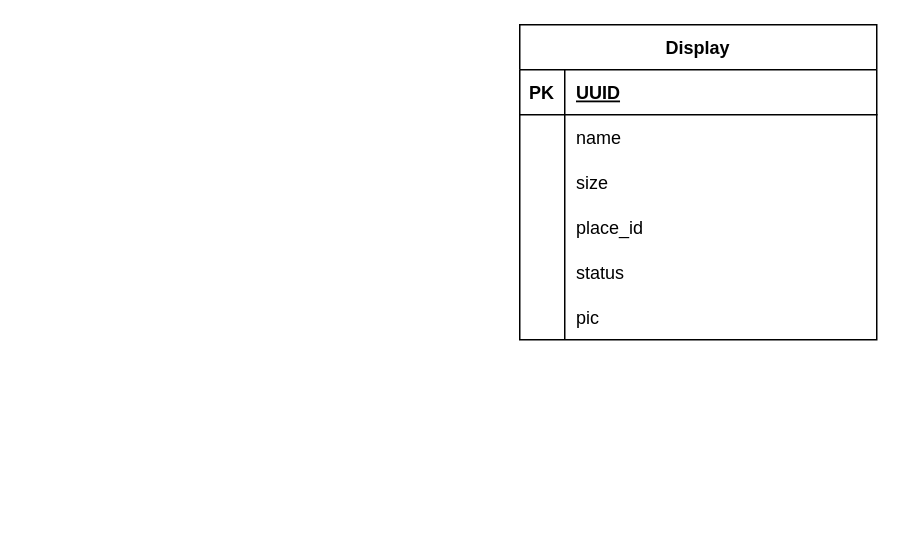
This is display_er_model.drawio from monosparta/borrow_meetingroom_display, a draw.io file, before an edit. Source tidied: cells renumbered, new cells numbered last; positions are measured from the earlier drawing's top-left corner, leaving out a move shared by most shapes. Both pictures are drawn from the tidied source at 150%, with x=0, y=0 at pixel (519, 24).
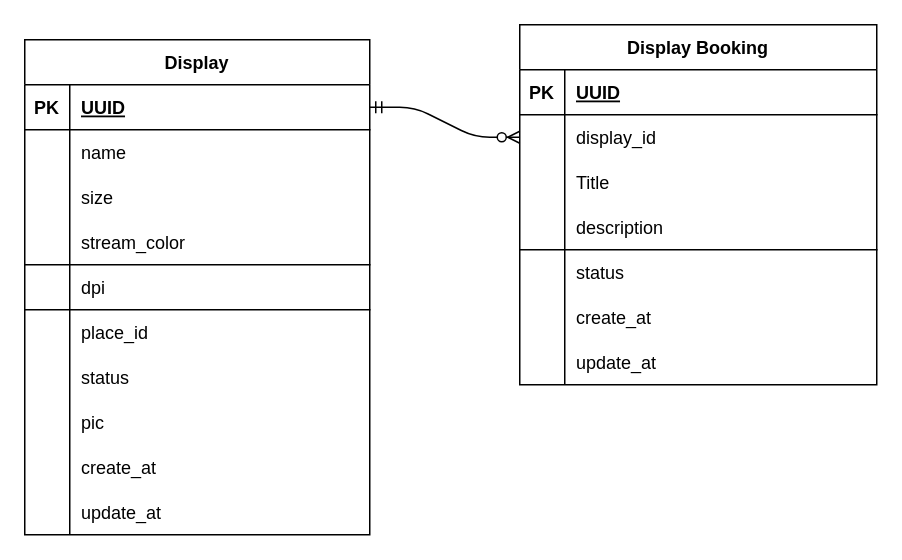
After the change.

Commit message (it also covers changes not shown here):
fix: 調整er_model與調整分支

Unchanged cells that the change refers to:
```xml
<mxCell id="6" style="shape=tableRow;horizontal=0;startSize=0;swimlaneHead=0;swimlaneBody=0;fillColor=none;points=[[0,0.5],[1,0.5]];portConstraint=eastwest;top=0;left=0;right=0;bottom=0;fontColor=default;" parent="2" vertex="1">
  <mxGeometry y="60" width="238" height="30" as="geometry" />
</mxCell>
<mxCell id="9" style="shape=tableRow;horizontal=0;startSize=0;swimlaneHead=0;swimlaneBody=0;fillColor=none;top=0;left=0;right=0;bottom=0;fontColor=default;" parent="2" vertex="1">
  <mxGeometry y="90" width="238" height="30" as="geometry" />
</mxCell>
```

The edit, as a diff of the source:
```diff
@@
-    <mxCell id="2" value="Display" style="shape=table;startSize=30;childLayout=tableLayout;rowLines=0;fontStyle=1;align=center;fontColor=default;" parent="1" vertex="1">
-      <mxGeometry width="238" height="210" as="geometry" />
+    <mxCell id="2" value="Display Booking" style="shape=table;startSize=30;childLayout=tableLayout;rowLines=0;fontStyle=1;align=center;fontColor=default;" parent="1" vertex="1">
+      <mxGeometry width="238" height="240" as="geometry" />
     </mxCell>
@@
-    <mxCell id="8" value="name" style="shape=partialRectangle;fillColor=none;top=0;left=0;bottom=0;right=0;align=left;spacingLeft=6;overflow=hidden;fontColor=default;fontStyle=0;" parent="6" vertex="1">
+    <mxCell id="8" value="display_id" style="shape=partialRectangle;fillColor=none;top=0;left=0;bottom=0;right=0;align=left;spacingLeft=6;overflow=hidden;fontColor=default;fontStyle=0;" parent="6" vertex="1">
       <mxGeometry x="30" width="208" height="30" as="geometry" />
     </mxCell>
@@
-    <mxCell id="11" value="size" style="shape=partialRectangle;fillColor=none;top=0;left=0;bottom=0;right=0;align=left;spacingLeft=6;overflow=hidden;fontColor=default;" parent="9" vertex="1">
+    <mxCell id="11" value="Title" style="shape=partialRectangle;fillColor=none;top=0;left=0;bottom=0;right=0;align=left;spacingLeft=6;overflow=hidden;fontColor=default;" parent="9" vertex="1">
       <mxGeometry x="30" width="208" height="30" as="geometry" />
     </mxCell>
+    <mxCell id="21" style="shape=tableRow;horizontal=0;startSize=0;swimlaneHead=0;swimlaneBody=0;fillColor=none;top=0;left=0;right=0;bottom=1;fontColor=default;" parent="2" vertex="1">
+      <mxGeometry y="120" width="238" height="30" as="geometry" />
+    </mxCell>
+    <mxCell id="22" style="shape=partialRectangle;fillColor=none;top=0;left=0;bottom=0;right=0;fontStyle=1;overflow=hidden;fontColor=default;" parent="21" vertex="1">
+      <mxGeometry width="30" height="30" as="geometry" />
+    </mxCell>
+    <mxCell id="23" value="description" style="shape=partialRectangle;fillColor=none;top=0;left=0;bottom=0;right=0;align=left;spacingLeft=6;fontStyle=0;overflow=hidden;fontColor=default;" parent="21" vertex="1">
+      <mxGeometry x="30" width="208" height="30" as="geometry" />
+    </mxCell>
     <mxCell id="12" style="shape=tableRow;horizontal=0;startSize=0;swimlaneHead=0;swimlaneBody=0;fillColor=none;top=0;left=0;right=0;bottom=0;fontColor=default;" parent="2" vertex="1">
-      <mxGeometry y="120" width="238" height="30" as="geometry" />
+      <mxGeometry y="150" width="238" height="30" as="geometry" />
     </mxCell>
@@
-    <mxCell id="14" value="place_id" style="shape=partialRectangle;fillColor=none;top=0;left=0;bottom=0;right=0;align=left;spacingLeft=6;overflow=hidden;fontColor=default;" parent="12" vertex="1">
+    <mxCell id="14" value="status" style="shape=partialRectangle;fillColor=none;top=0;left=0;bottom=0;right=0;align=left;spacingLeft=6;overflow=hidden;fontColor=default;" parent="12" vertex="1">
       <mxGeometry x="30" width="208" height="30" as="geometry" />
     </mxCell>
-    <mxCell id="15" style="shape=tableRow;horizontal=0;startSize=0;swimlaneHead=0;swimlaneBody=0;fillColor=none;top=0;left=0;right=0;bottom=0;fontColor=default;" parent="2" vertex="1">
-      <mxGeometry y="150" width="238" height="30" as="geometry" />
-    </mxCell>
-    <mxCell id="16" style="shape=partialRectangle;fillColor=none;top=0;left=0;bottom=0;right=0;overflow=hidden;fontColor=default;" parent="15" vertex="1">
-      <mxGeometry width="30" height="30" as="geometry" />
-    </mxCell>
+    <mxCell id="18" style="shape=tableRow;horizontal=0;startSize=0;swimlaneHead=0;swimlaneBody=0;fillColor=none;top=0;left=0;right=0;bottom=0;fontColor=default;" parent="2" vertex="1">
+      <mxGeometry y="180" width="238" height="30" as="geometry" />
+    </mxCell>
+    <mxCell id="24" style="shape=partialRectangle;fillColor=none;top=0;left=0;bottom=0;right=0;overflow=hidden;fontColor=default;" parent="18" vertex="1">
+      <mxGeometry width="30" height="30" as="geometry" />
+    </mxCell>
+    <mxCell id="25" value="create_at" style="shape=partialRectangle;fillColor=none;top=0;left=0;bottom=0;right=0;align=left;spacingLeft=6;overflow=hidden;fontColor=default;" parent="18" vertex="1">
+      <mxGeometry x="30" width="208" height="30" as="geometry" />
+    </mxCell>
+    <mxCell id="26" style="shape=tableRow;horizontal=0;startSize=0;swimlaneHead=0;swimlaneBody=0;fillColor=none;top=0;left=0;right=0;bottom=0;fontColor=default;" parent="2" vertex="1">
+      <mxGeometry y="210" width="238" height="30" as="geometry" />
+    </mxCell>
+    <mxCell id="27" style="shape=partialRectangle;fillColor=none;top=0;left=0;bottom=0;right=0;overflow=hidden;fontColor=default;" parent="26" vertex="1">
+      <mxGeometry width="30" height="30" as="geometry" />
+    </mxCell>
+    <mxCell id="28" value="update_at" style="shape=partialRectangle;fillColor=none;top=0;left=0;bottom=0;right=0;align=left;spacingLeft=6;overflow=hidden;fontColor=default;" parent="26" vertex="1">
+      <mxGeometry x="30" width="208" height="30" as="geometry" />
+    </mxCell>
+    <mxCell id="29" value="Display" style="shape=table;startSize=30;childLayout=tableLayout;rowLines=0;fontStyle=1;align=center;fontColor=default;" parent="1" vertex="1">
+      <mxGeometry x="-330" y="10" width="230" height="330" as="geometry" />
+    </mxCell>
+    <mxCell id="30" style="shape=tableRow;horizontal=0;startSize=0;swimlaneHead=0;swimlaneBody=0;fillColor=none;points=[[0,0.5],[1,0.5]];portConstraint=eastwest;top=0;left=0;right=0;bottom=1;fontColor=default;" parent="29" vertex="1">
+      <mxGeometry y="30" width="230" height="30" as="geometry" />
+    </mxCell>
+    <mxCell id="31" value="PK" style="shape=partialRectangle;fillColor=none;top=0;left=0;bottom=0;right=0;fontStyle=1;overflow=hidden;fontColor=default;" parent="30" vertex="1">
+      <mxGeometry width="30" height="30" as="geometry" />
+    </mxCell>
+    <mxCell id="32" value="UUID" style="shape=partialRectangle;fillColor=none;top=0;left=0;bottom=0;right=0;align=left;spacingLeft=6;fontStyle=5;overflow=hidden;fontColor=default;" parent="30" vertex="1">
+      <mxGeometry x="30" width="200" height="30" as="geometry" />
+    </mxCell>
+    <mxCell id="33" style="shape=tableRow;horizontal=0;startSize=0;swimlaneHead=0;swimlaneBody=0;fillColor=none;top=0;left=0;right=0;bottom=0;fontColor=default;" parent="29" vertex="1">
+      <mxGeometry y="60" width="230" height="30" as="geometry" />
+    </mxCell>
+    <mxCell id="34" style="shape=partialRectangle;fillColor=none;top=0;left=0;bottom=0;right=0;overflow=hidden;fontColor=default;" parent="33" vertex="1">
+      <mxGeometry width="30" height="30" as="geometry" />
+    </mxCell>
+    <mxCell id="35" value="name" style="shape=partialRectangle;fillColor=none;top=0;left=0;bottom=0;right=0;align=left;spacingLeft=6;overflow=hidden;fontColor=default;fontStyle=0;" parent="33" vertex="1">
+      <mxGeometry x="30" width="200" height="30" as="geometry" />
+    </mxCell>
+    <mxCell id="36" style="shape=tableRow;horizontal=0;startSize=0;swimlaneHead=0;swimlaneBody=0;fillColor=none;top=0;left=0;right=0;bottom=0;fontColor=default;" parent="29" vertex="1">
+      <mxGeometry y="90" width="230" height="30" as="geometry" />
+    </mxCell>
+    <mxCell id="37" style="shape=partialRectangle;fillColor=none;top=0;left=0;bottom=0;right=0;overflow=hidden;fontColor=default;" parent="36" vertex="1">
+      <mxGeometry width="30" height="30" as="geometry" />
+    </mxCell>
+    <mxCell id="38" value="size" style="shape=partialRectangle;fillColor=none;top=0;left=0;bottom=0;right=0;align=left;spacingLeft=6;overflow=hidden;fontColor=default;" parent="36" vertex="1">
+      <mxGeometry x="30" width="200" height="30" as="geometry" />
+    </mxCell>
+    <mxCell id="39" style="shape=tableRow;horizontal=0;startSize=0;swimlaneHead=0;swimlaneBody=0;fillColor=none;top=0;left=0;right=0;bottom=1;fontColor=default;" parent="29" vertex="1">
+      <mxGeometry y="120" width="230" height="30" as="geometry" />
+    </mxCell>
+    <mxCell id="40" style="shape=partialRectangle;fillColor=none;top=0;left=0;bottom=0;right=0;fontStyle=1;overflow=hidden;fontColor=default;" parent="39" vertex="1">
+      <mxGeometry width="30" height="30" as="geometry" />
+    </mxCell>
+    <mxCell id="41" value="stream_color" style="shape=partialRectangle;fillColor=none;top=0;left=0;bottom=0;right=0;align=left;spacingLeft=6;fontStyle=0;overflow=hidden;fontColor=default;" parent="39" vertex="1">
+      <mxGeometry x="30" width="200" height="30" as="geometry" />
+    </mxCell>
+    <mxCell id="42" style="shape=tableRow;horizontal=0;startSize=0;swimlaneHead=0;swimlaneBody=0;fillColor=none;top=0;left=0;right=0;bottom=1;fontColor=default;" parent="29" vertex="1">
+      <mxGeometry y="150" width="230" height="30" as="geometry" />
+    </mxCell>
+    <mxCell id="43" style="shape=partialRectangle;fillColor=none;top=0;left=0;bottom=0;right=0;fontStyle=1;overflow=hidden;fontColor=default;" parent="42" vertex="1">
+      <mxGeometry width="30" height="30" as="geometry" />
+    </mxCell>
+    <mxCell id="44" value="dpi" style="shape=partialRectangle;fillColor=none;top=0;left=0;bottom=0;right=0;align=left;spacingLeft=6;fontStyle=0;overflow=hidden;fontColor=default;" parent="42" vertex="1">
+      <mxGeometry x="30" width="200" height="30" as="geometry" />
+    </mxCell>
+    <mxCell id="45" style="shape=tableRow;horizontal=0;startSize=0;swimlaneHead=0;swimlaneBody=0;fillColor=none;top=0;left=0;right=0;bottom=0;fontColor=default;" parent="29" vertex="1">
+      <mxGeometry y="180" width="230" height="30" as="geometry" />
+    </mxCell>
+    <mxCell id="46" style="shape=partialRectangle;fillColor=none;top=0;left=0;bottom=0;right=0;overflow=hidden;fontColor=default;" parent="45" vertex="1">
+      <mxGeometry width="30" height="30" as="geometry" />
+    </mxCell>
+    <mxCell id="47" value="place_id" style="shape=partialRectangle;fillColor=none;top=0;left=0;bottom=0;right=0;align=left;spacingLeft=6;overflow=hidden;fontColor=default;" parent="45" vertex="1">
+      <mxGeometry x="30" width="200" height="30" as="geometry" />
+    </mxCell>
+    <mxCell id="48" style="shape=tableRow;horizontal=0;startSize=0;swimlaneHead=0;swimlaneBody=0;fillColor=none;top=0;left=0;right=0;bottom=0;fontColor=default;" parent="29" vertex="1">
+      <mxGeometry y="210" width="230" height="30" as="geometry" />
+    </mxCell>
+    <mxCell id="49" style="shape=partialRectangle;fillColor=none;top=0;left=0;bottom=0;right=0;overflow=hidden;fontColor=default;" parent="48" vertex="1">
+      <mxGeometry width="30" height="30" as="geometry" />
+    </mxCell>
-    <mxCell id="17" value="status" style="shape=partialRectangle;fillColor=none;top=0;left=0;bottom=0;right=0;align=left;spacingLeft=6;overflow=hidden;strokeColor=#FF0000;fontColor=default;" parent="15" vertex="1">
-      <mxGeometry x="30" width="208" height="30" as="geometry" />
+    <mxCell id="17" value="status" style="shape=partialRectangle;fillColor=none;top=0;left=0;bottom=0;right=0;align=left;spacingLeft=6;overflow=hidden;strokeColor=#FF0000;fontColor=default;" parent="48" vertex="1">
+      <mxGeometry x="30" width="200" height="30" as="geometry" />
     </mxCell>
-    <mxCell id="18" style="shape=tableRow;horizontal=0;startSize=0;swimlaneHead=0;swimlaneBody=0;fillColor=none;top=0;left=0;right=0;bottom=0;fontColor=default;" parent="2" vertex="1">
-      <mxGeometry y="180" width="238" height="30" as="geometry" />
-    </mxCell>
-    <mxCell id="19" style="shape=partialRectangle;fillColor=none;top=0;left=0;bottom=0;right=0;overflow=hidden;fontColor=default;" parent="18" vertex="1">
-      <mxGeometry width="30" height="30" as="geometry" />
-    </mxCell>
+    <mxCell id="50" style="shape=tableRow;horizontal=0;startSize=0;swimlaneHead=0;swimlaneBody=0;fillColor=none;top=0;left=0;right=0;bottom=0;fontColor=default;" parent="29" vertex="1">
+      <mxGeometry y="240" width="230" height="30" as="geometry" />
+    </mxCell>
+    <mxCell id="51" style="shape=partialRectangle;fillColor=none;top=0;left=0;bottom=0;right=0;overflow=hidden;fontColor=default;" parent="50" vertex="1">
+      <mxGeometry width="30" height="30" as="geometry" />
+    </mxCell>
-    <mxCell id="20" value="pic" style="shape=partialRectangle;fillColor=none;top=0;left=0;bottom=0;right=0;align=left;spacingLeft=6;overflow=hidden;strokeColor=#FF0000;fontColor=default;" parent="18" vertex="1">
-      <mxGeometry x="30" width="208" height="30" as="geometry" />
+    <mxCell id="20" value="pic" style="shape=partialRectangle;fillColor=none;top=0;left=0;bottom=0;right=0;align=left;spacingLeft=6;overflow=hidden;strokeColor=#FF0000;fontColor=default;" parent="50" vertex="1">
+      <mxGeometry x="30" width="200" height="30" as="geometry" />
     </mxCell>
+    <mxCell id="52" style="shape=tableRow;horizontal=0;startSize=0;swimlaneHead=0;swimlaneBody=0;fillColor=none;top=0;left=0;right=0;bottom=0;fontColor=default;" parent="29" vertex="1">
+      <mxGeometry y="270" width="230" height="30" as="geometry" />
+    </mxCell>
+    <mxCell id="53" style="shape=partialRectangle;fillColor=none;top=0;left=0;bottom=0;right=0;overflow=hidden;fontColor=default;" parent="52" vertex="1">
+      <mxGeometry width="30" height="30" as="geometry" />
+    </mxCell>
+    <mxCell id="54" value="create_at" style="shape=partialRectangle;fillColor=none;top=0;left=0;bottom=0;right=0;align=left;spacingLeft=6;overflow=hidden;strokeColor=#FF0000;fontColor=default;" parent="52" vertex="1">
+      <mxGeometry x="30" width="200" height="30" as="geometry" />
+    </mxCell>
+    <mxCell id="55" style="shape=tableRow;horizontal=0;startSize=0;swimlaneHead=0;swimlaneBody=0;fillColor=none;top=0;left=0;right=0;bottom=0;fontColor=default;" parent="29" vertex="1">
+      <mxGeometry y="300" width="230" height="30" as="geometry" />
+    </mxCell>
+    <mxCell id="56" style="shape=partialRectangle;fillColor=none;top=0;left=0;bottom=0;right=0;overflow=hidden;fontColor=default;" parent="55" vertex="1">
+      <mxGeometry width="30" height="30" as="geometry" />
+    </mxCell>
+    <mxCell id="57" value="update_at" style="shape=partialRectangle;fillColor=none;top=0;left=0;bottom=0;right=0;align=left;spacingLeft=6;overflow=hidden;strokeColor=#FF0000;fontColor=default;" parent="55" vertex="1">
+      <mxGeometry x="30" width="200" height="30" as="geometry" />
+    </mxCell>
+    <mxCell id="58" style="edgeStyle=entityRelationEdgeStyle;fontSize=12;html=1;endArrow=ERzeroToMany;startArrow=ERmandOne;entryX=0;entryY=0.5;entryDx=0;entryDy=0;" parent="1" edge="1" source="30" target="6">
+      <mxGeometry relative="1" as="geometry" />
+    </mxCell>
```
